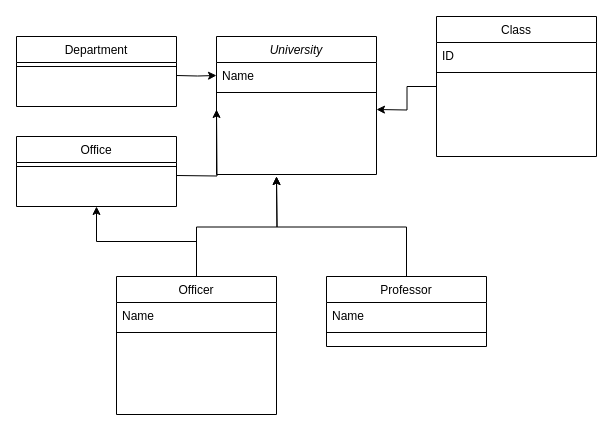
Above: Untitled Diagram.drawio in mzyavuz/object_oriented_programming (draw.io), before the change. Source tidied: cells renumbered, new cells numbered last; positions are measured from the earlier drawing's top-left corner, leaving out a move shared by most shapes. Both pictures are drawn from the tidied source at 100%, with x=0, y=0 at pixel (16, 16).
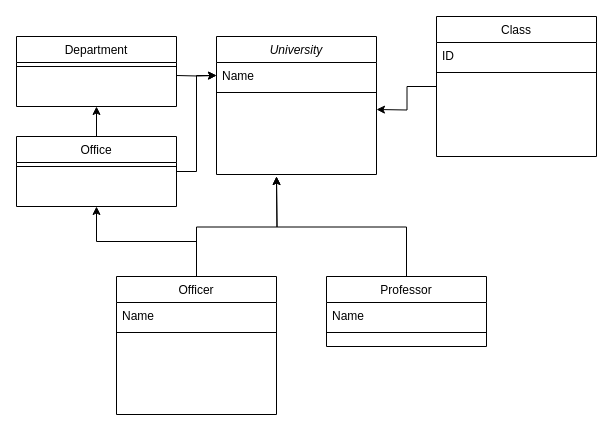
The same page after the edit.

Commit message:
universite_yonetim_sistemi

Unchanged cells that the change refers to:
```xml
<mxCell id="3" value="Name" style="text;align=left;verticalAlign=top;spacingLeft=4;spacingRight=4;overflow=hidden;points=[[0,0.5],[1,0.5]];portConstraint=eastwest;rounded=0;shadow=0;html=0;" parent="2" vertex="1">
  <mxGeometry y="26" width="160" height="26" as="geometry" />
</mxCell>
<mxCell id="18" value="Office" style="swimlane;fontStyle=0;align=center;verticalAlign=top;horizontal=1;startSize=26;rounded=0;shadow=0;strokeWidth=1;" parent="1" vertex="1">
  <mxGeometry y="120" width="160" height="70" as="geometry" />
</mxCell>
<mxCell id="20" value="Department" style="swimlane;fontStyle=0;align=center;verticalAlign=top;horizontal=1;startSize=26;rounded=0;shadow=0;strokeWidth=1;" parent="1" vertex="1">
  <mxGeometry y="20" width="160" height="70" as="geometry" />
</mxCell>
```

Change to the diagram source:
```diff
@@
+    <mxCell id="24" style="edgeStyle=orthogonalEdgeStyle;rounded=0;jettySize=auto;html=1;exitX=1;exitY=0.5;exitDx=0;exitDy=0;entryX=0;entryY=0.5;entryDx=0;entryDy=0;" parent="1" edge="1" source="18" target="3">
+      <mxGeometry relative="1" as="geometry" />
+    </mxCell>
+    <mxCell id="25" style="edgeStyle=orthogonalEdgeStyle;rounded=0;jettySize=auto;html=1;entryX=0.5;entryY=1;entryDx=0;entryDy=0;" parent="1" edge="1" source="18" target="20">
+      <mxGeometry relative="1" as="geometry" />
+    </mxCell>
@@
-    <mxCell id="22" style="edgeStyle=orthogonalEdgeStyle;rounded=0;orthogonalLoop=1;jettySize=auto;html=1;" parent="1" edge="1">
-      <mxGeometry relative="1" as="geometry">
-        <mxPoint x="160" y="159" as="sourcePoint" />
-        <mxPoint x="200" y="93" as="targetPoint" />
-      </mxGeometry>
-    </mxCell>
```
